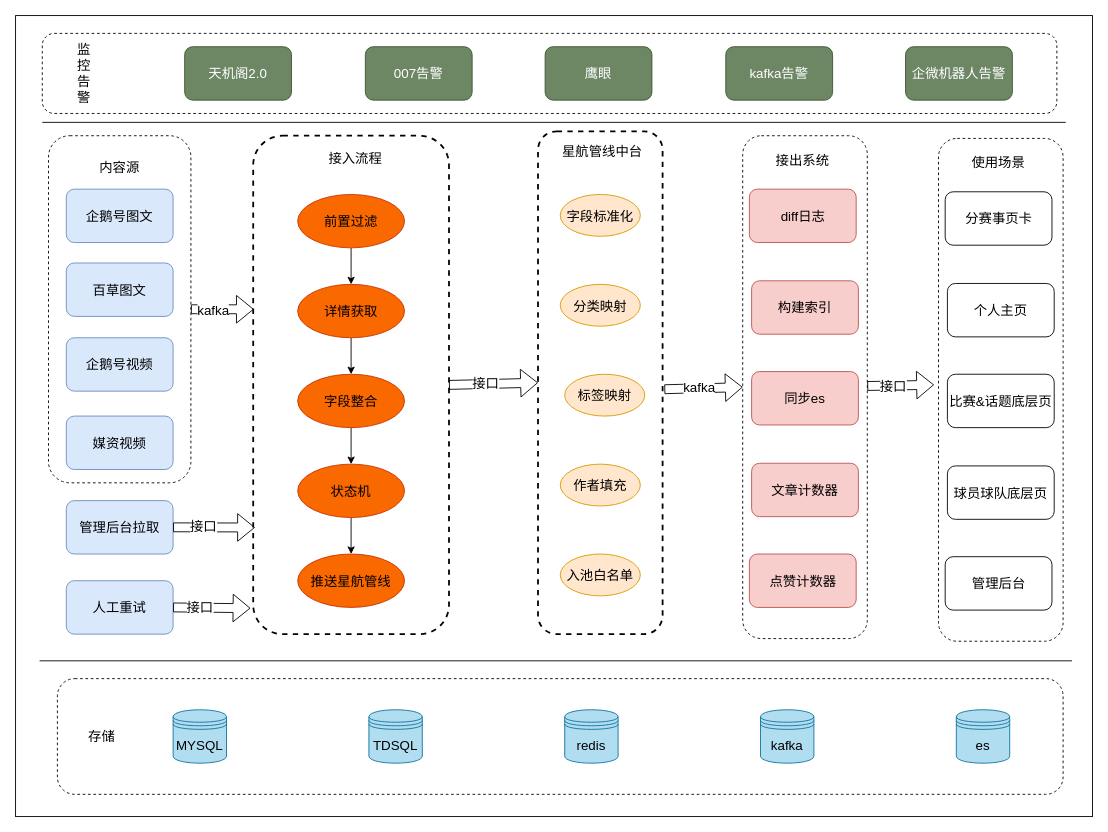
Before: 内容接入系统重构.drawio in lixiangdaqian/diagrams, a draw.io diagram. Source tidied: cells renumbered, new cells numbered last; positions are measured from the earlier drawing's top-left corner, leaving out a move shared by most shapes. Both pictures are drawn from the tidied source at 89%, with x=0, y=0 at pixel (15, 15).
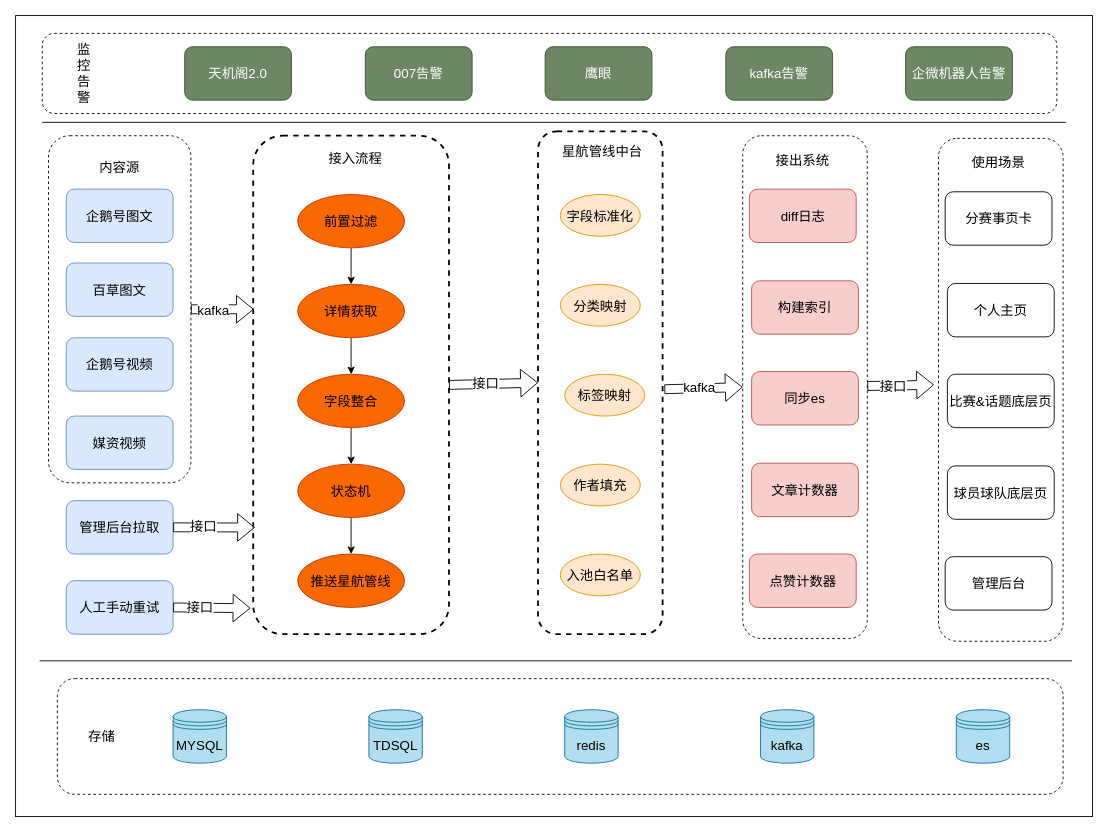
Above is the later version.

Commit message (it also covers changes not shown here):
Update 内容接入系统重构.drawio

Diff of the diagram source:
```diff
@@
-    <mxCell id="28" value="人工重试" style="rounded=1;whiteSpace=wrap;html=1;fontSize=15;fillColor=#dae8fc;strokeColor=#6c8ebf;" parent="1" vertex="1">
+    <mxCell id="28" value="人工手动重试" style="rounded=1;whiteSpace=wrap;html=1;fontSize=15;fillColor=#dae8fc;strokeColor=#6c8ebf;" parent="1" vertex="1">
       <mxGeometry x="57" y="635" width="120" height="60" as="geometry" />
     </mxCell>
```
